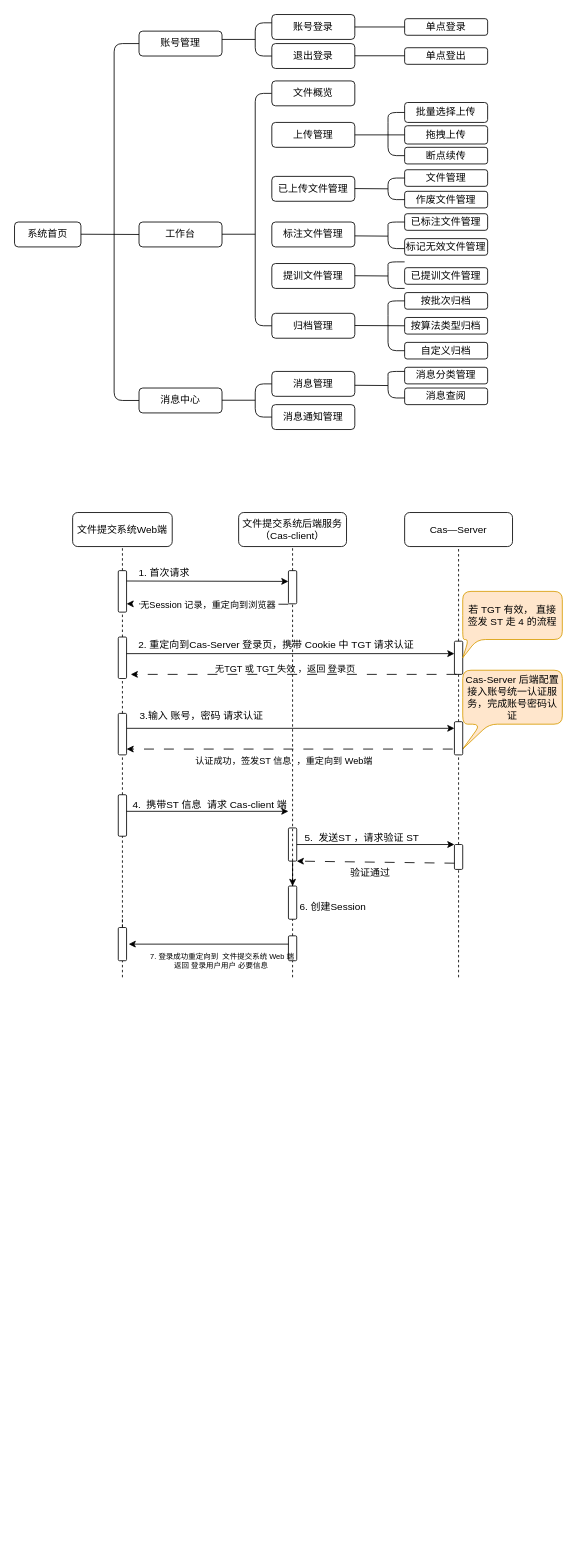
The draw.io diagram 文件提交系统.drawio in jurentiancheng/drawio-project, before the edit. Source tidied: cells renumbered, new cells numbered last; positions are measured from the earlier drawing's top-left corner, leaving out a move shared by most shapes. Both pictures are drawn from the tidied source at 83%, with x=0, y=0 at pixel (14, 14).
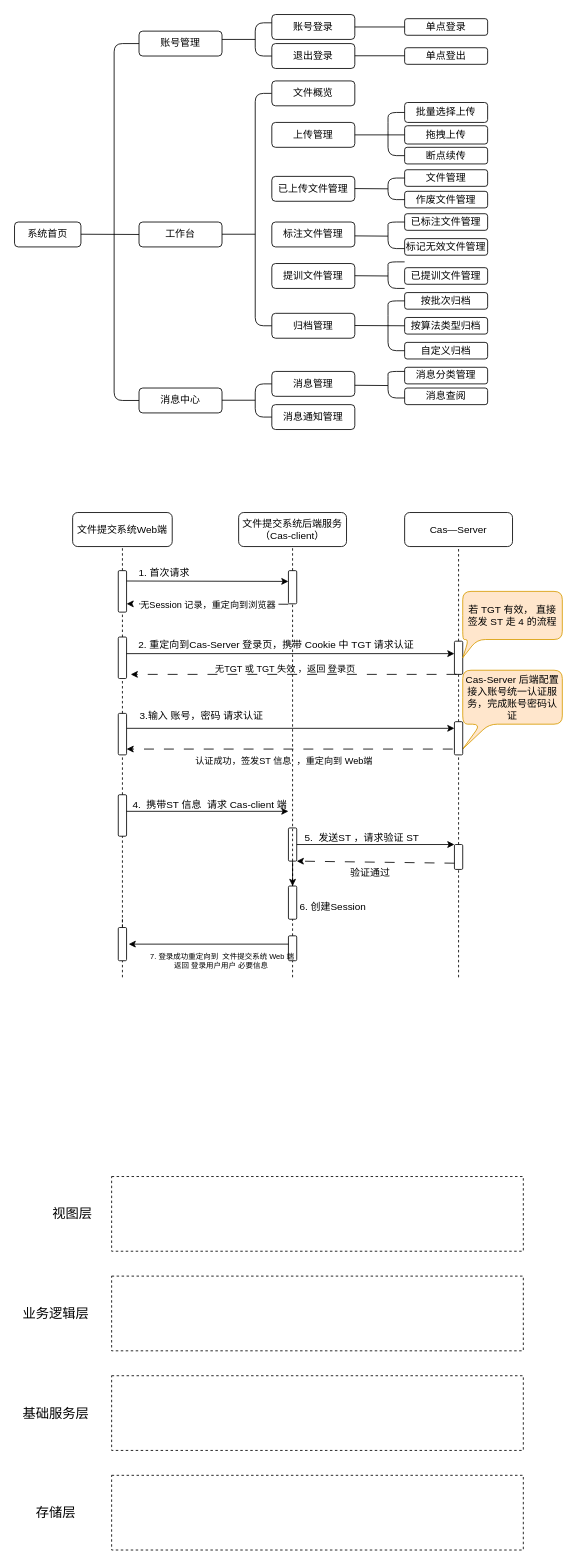
The same diagram, later.

Commit message (it also covers changes not shown here):
更新文件提交系统.drawio

The edit, as a diff of the source:
```diff
@@
+    <mxCell id="111" style="verticalLabelPosition=bottom;verticalAlign=top;html=1;shape=mxgraph.basic.rect;fillColor2=none;strokeWidth=1;size=20;indent=5;dashed=1;" parent="1" vertex="1">
+      <mxGeometry x="117" y="1640" width="496" height="90" as="geometry" />
+    </mxCell>
+    <mxCell id="112" style="verticalLabelPosition=bottom;verticalAlign=top;html=1;shape=mxgraph.basic.rect;fillColor2=none;strokeWidth=1;size=20;indent=5;dashed=1;" parent="1" vertex="1">
+      <mxGeometry x="117" y="1520" width="496" height="90" as="geometry" />
+    </mxCell>
+    <mxCell id="113" style="verticalLabelPosition=bottom;verticalAlign=top;html=1;shape=mxgraph.basic.rect;fillColor2=none;strokeWidth=1;size=20;indent=5;dashed=1;" parent="1" vertex="1">
+      <mxGeometry x="117" y="1400" width="496" height="90" as="geometry" />
+    </mxCell>
+    <mxCell id="114" value="视图层" style="text;html=1;strokeColor=none;fillColor=none;align=center;verticalAlign=middle;whiteSpace=wrap;rounded=0;fontSize=16;" parent="1" vertex="1">
+      <mxGeometry x="40" y="1430" width="60" height="30" as="geometry" />
+    </mxCell>
+    <mxCell id="115" value="业务逻辑层" style="text;html=1;strokeColor=none;fillColor=none;align=center;verticalAlign=middle;whiteSpace=wrap;rounded=0;fontSize=16;" parent="1" vertex="1">
+      <mxGeometry y="1550" width="100" height="30" as="geometry" />
+    </mxCell>
+    <mxCell id="116" value="基础服务层" style="text;html=1;strokeColor=none;fillColor=none;align=center;verticalAlign=middle;whiteSpace=wrap;rounded=0;fontSize=16;" parent="1" vertex="1">
+      <mxGeometry y="1670" width="100" height="30" as="geometry" />
+    </mxCell>
+    <mxCell id="117" style="verticalLabelPosition=bottom;verticalAlign=top;html=1;shape=mxgraph.basic.rect;fillColor2=none;strokeWidth=1;size=20;indent=5;dashed=1;" parent="1" vertex="1">
+      <mxGeometry x="117" y="1760" width="496" height="90" as="geometry" />
+    </mxCell>
+    <mxCell id="118" value="存储层" style="text;html=1;strokeColor=none;fillColor=none;align=center;verticalAlign=middle;whiteSpace=wrap;rounded=0;fontSize=16;" parent="1" vertex="1">
+      <mxGeometry y="1790" width="100" height="30" as="geometry" />
+    </mxCell>
```
